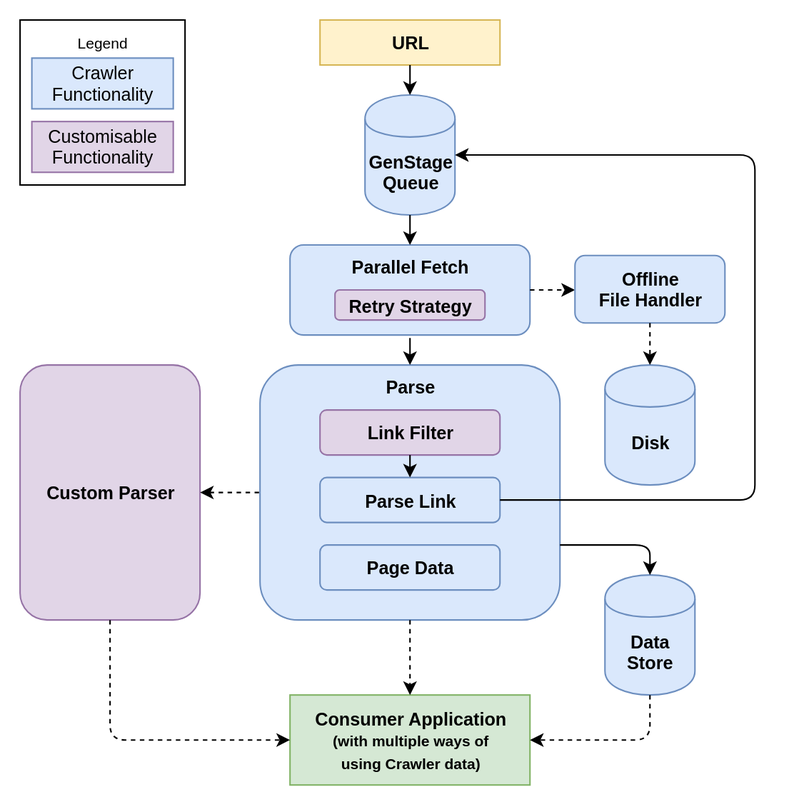
The draw.io diagram architecture.svg in fredwu/crawler, before a commit. Source tidied: cells renumbered, new cells last; positions are measured from the earlier drawing's top-left corner, leaving out a move shared by most shapes.
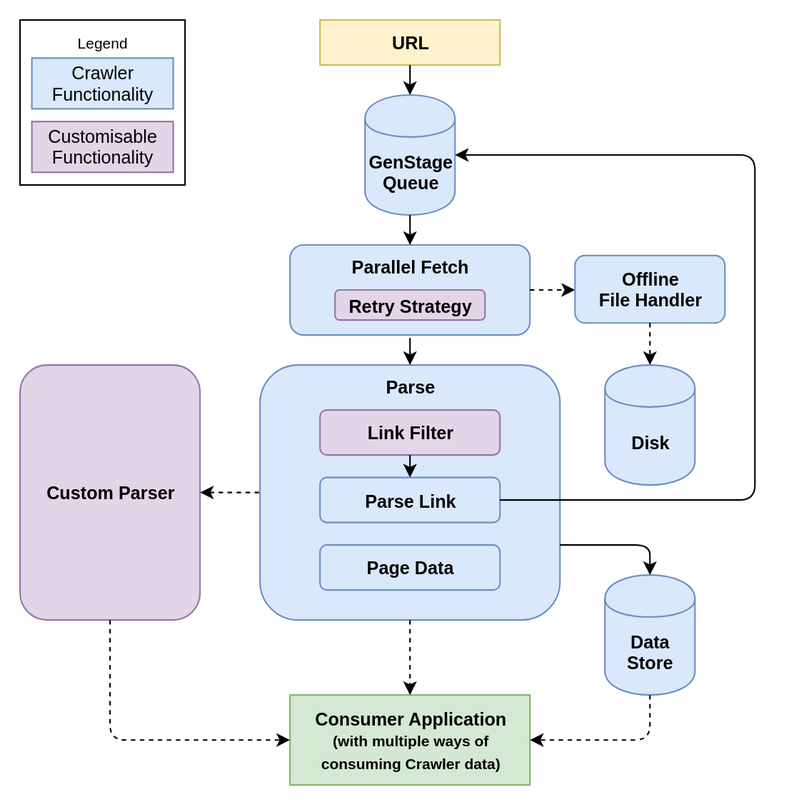
After the change.

Commit message:
s/using/consuming/ [ci skip]

What changed in the source:
```diff
@@ -88,7 +88,7 @@
     <mxCell id="26" style="endArrow=classic;html=1;dashed=1;entryX=0.5;entryY=0;exitX=0.5;exitY=1;" parent="1" edge="1" source="25" target="18">
       <mxGeometry relative="1" as="geometry" />
     </mxCell>
-    <mxCell id="27" value="Consumer Application&lt;br&gt;&lt;font style=&quot;font-size: 10px&quot;&gt;(with multiple ways of &lt;br&gt;using Crawler data)&lt;/font&gt;" style="rounded=0;whiteSpace=wrap;html=1;fillColor=#d5e8d4;strokeColor=#82b366;fontStyle=1;" parent="1" vertex="1">
+    <mxCell id="27" value="Consumer Application&lt;br&gt;&lt;font style=&quot;font-size: 10px&quot;&gt;(with multiple ways of &lt;br&gt;consuming Crawler data)&lt;/font&gt;" style="rounded=0;whiteSpace=wrap;html=1;fillColor=#d5e8d4;strokeColor=#82b366;fontStyle=1;" parent="1" vertex="1">
       <mxGeometry x="180" y="450" width="160" height="60" as="geometry" />
     </mxCell>
     <mxCell id="28" style="endArrow=classic;html=1;dashed=1;exitX=0.5;exitY=1;entryX=0;entryY=0.5;" parent="1" edge="1" source="6" target="27">
```
